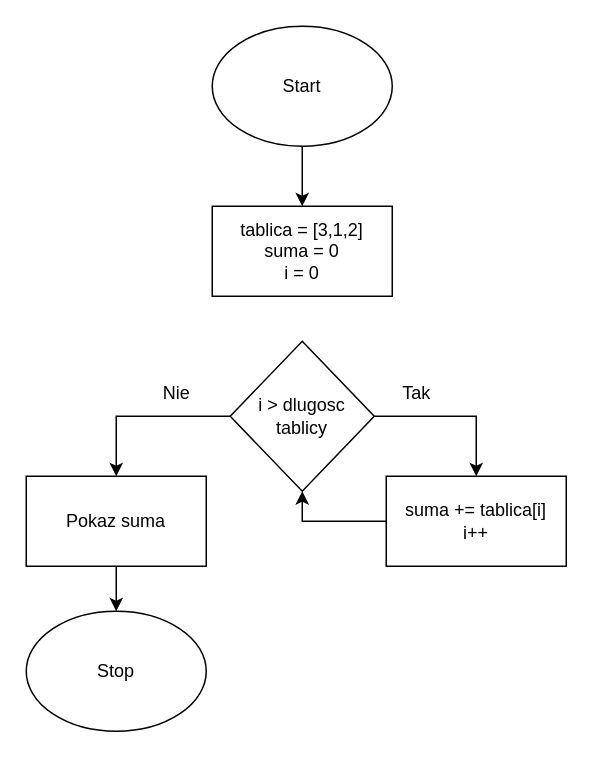
Earlier version of the draw.io diagram sumaelementowtablicy.drawio (Fejbien/algorytmy). Source tidied: cells renumbered, new cells numbered last; positions are measured from the earlier drawing's top-left corner, leaving out a move shared by most shapes. Both pictures are drawn from the tidied source at 150%, with x=0, y=0 at pixel (26, 26).
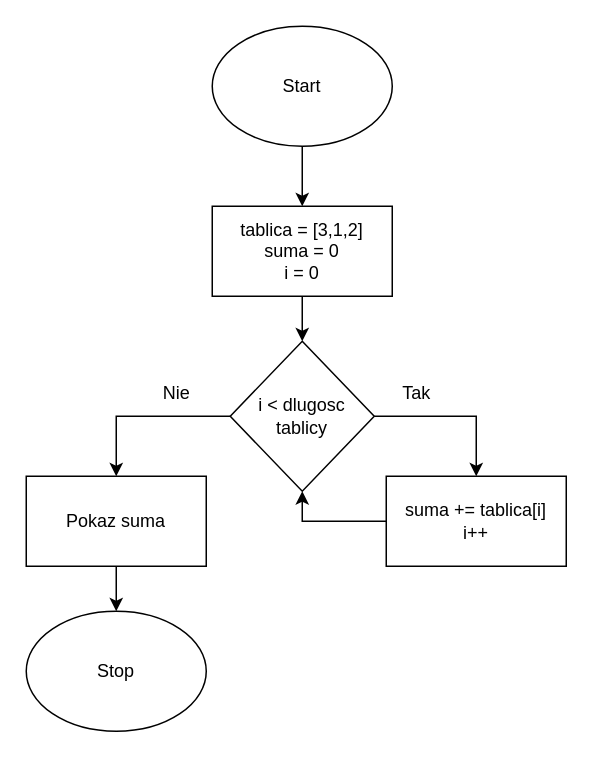
The same page after the edit.

What changed in the source:
```diff
@@
 <mxGraphModel>
   <root>
     <mxCell id="0" />
     <mxCell id="1" parent="0" />
     <mxCell id="2" style="edgeStyle=orthogonalEdgeStyle;rounded=0;jettySize=auto;html=1;entryX=0.5;entryY=0;entryDx=0;entryDy=0;" parent="1" edge="1" source="3" target="5">
       <mxGeometry relative="1" as="geometry" />
     </mxCell>
     <mxCell id="3" value="Start" style="ellipse;whiteSpace=wrap;html=1;" parent="1" vertex="1">
       <mxGeometry x="124" width="120" height="80" as="geometry" />
     </mxCell>
     <mxCell id="4" value="Stop" style="ellipse;whiteSpace=wrap;html=1;" parent="1" vertex="1">
       <mxGeometry y="390" width="120" height="80" as="geometry" />
     </mxCell>
+    <mxCell id="15" style="edgeStyle=orthogonalEdgeStyle;rounded=0;jettySize=auto;html=1;entryX=0.5;entryY=0;entryDx=0;entryDy=0;" parent="1" edge="1" source="5" target="8">
+      <mxGeometry relative="1" as="geometry" />
+    </mxCell>
     <mxCell id="5" value="tablica = [3,1,2]&lt;br&gt;suma = 0&lt;br&gt;i = 0" style="rounded=0;whiteSpace=wrap;html=1;" parent="1" vertex="1">
       <mxGeometry x="124" y="120" width="120" height="60" as="geometry" />
     </mxCell>
     <mxCell id="6" style="edgeStyle=orthogonalEdgeStyle;rounded=0;jettySize=auto;html=1;entryX=0.5;entryY=0;entryDx=0;entryDy=0;" parent="1" edge="1" source="8" target="14">
       <mxGeometry relative="1" as="geometry" />
     </mxCell>
     <mxCell id="7" style="edgeStyle=orthogonalEdgeStyle;rounded=0;jettySize=auto;html=1;entryX=0.5;entryY=0;entryDx=0;entryDy=0;" parent="1" edge="1" source="8" target="12">
       <mxGeometry relative="1" as="geometry" />
     </mxCell>
-    <mxCell id="8" value="i &amp;gt; dlugosc tablicy" style="rhombus;whiteSpace=wrap;html=1;" parent="1" vertex="1">
+    <mxCell id="8" value="i &amp;lt; dlugosc tablicy" style="rhombus;whiteSpace=wrap;html=1;" parent="1" vertex="1">
       <mxGeometry x="136" y="210" width="96" height="100" as="geometry" />
     </mxCell>
     <mxCell id="9" value="Tak" style="text;html=1;align=center;verticalAlign=middle;strokeColor=none;fillColor=none;" parent="1" vertex="1">
       <mxGeometry x="240" y="230" width="40" height="30" as="geometry" />
     </mxCell>
     <mxCell id="10" value="Nie" style="text;html=1;align=center;verticalAlign=middle;strokeColor=none;fillColor=none;" parent="1" vertex="1">
       <mxGeometry x="80" y="230" width="40" height="30" as="geometry" />
     </mxCell>
     <mxCell id="11" style="edgeStyle=orthogonalEdgeStyle;rounded=0;jettySize=auto;html=1;entryX=0.5;entryY=0;entryDx=0;entryDy=0;" parent="1" edge="1" source="12" target="4">
       <mxGeometry relative="1" as="geometry" />
     </mxCell>
     <mxCell id="12" value="Pokaz suma" style="rounded=0;whiteSpace=wrap;html=1;" parent="1" vertex="1">
       <mxGeometry y="300" width="120" height="60" as="geometry" />
     </mxCell>
     <mxCell id="13" style="edgeStyle=orthogonalEdgeStyle;rounded=0;jettySize=auto;html=1;entryX=0.5;entryY=1;entryDx=0;entryDy=0;" parent="1" edge="1" source="14" target="8">
       <mxGeometry relative="1" as="geometry" />
     </mxCell>
     <mxCell id="14" value="suma += tablica[i]&lt;br&gt;i++" style="rounded=0;whiteSpace=wrap;html=1;" parent="1" vertex="1">
       <mxGeometry x="240" y="300" width="120" height="60" as="geometry" />
     </mxCell>
   </root>
 </mxGraphModel>
```
